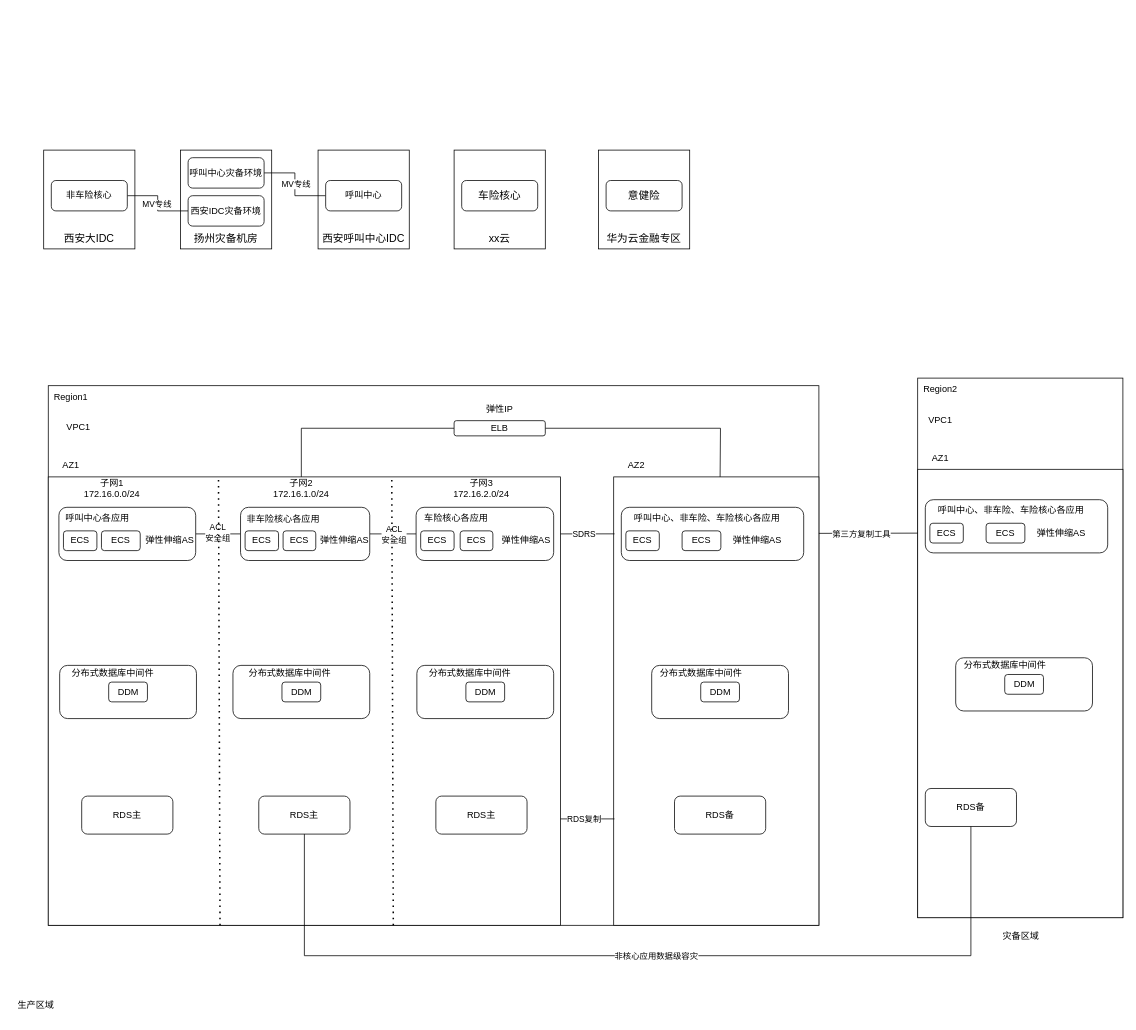
Earlier version of the draw.io diagram 华为云上云架构设计研讨.drawio (wucaitian/wucaitian). Source tidied: cells renumbered, new cells numbered last; positions are measured from the earlier drawing's top-left corner, leaving out a move shared by most shapes. Both pictures are drawn from the tidied source at 76%, with x=0, y=0 at pixel (13, 150).
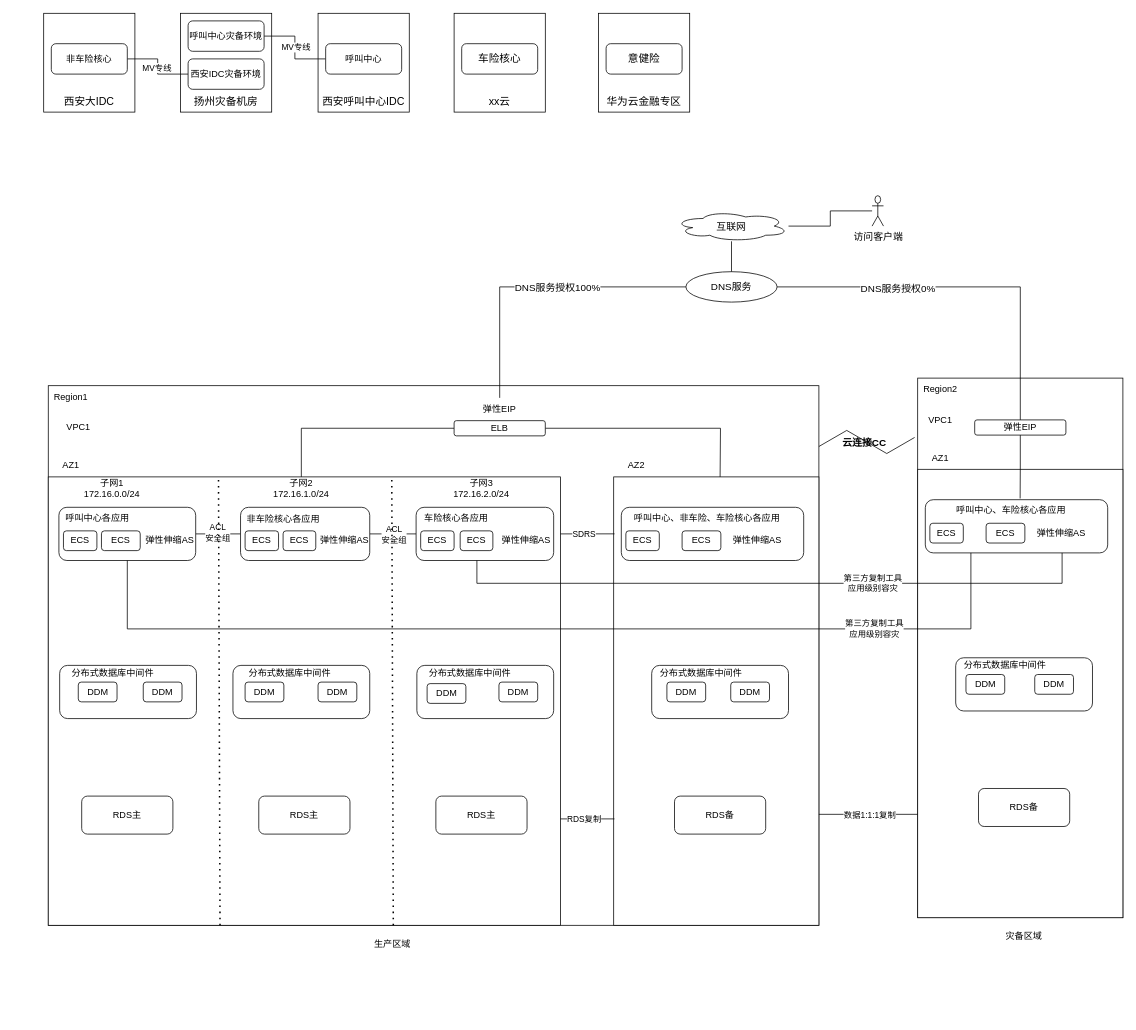
Above is the later version.

Commit message (it also covers changes not shown here):
更新华为云上云架构设计研讨.drawio

The change refers to these unchanged cells:
```xml
<mxCell id="25" value="&lt;p style=&quot;margin: 0pt 0pt 0.0001pt; text-align: justify; font-family: Calibri; font-size: 10.5pt;&quot; class=&quot;MsoNormal&quot;&gt;&lt;br&gt;&lt;/p&gt;" style="rounded=0;whiteSpace=wrap;html=1;" parent="1" vertex="1">
  <mxGeometry x="1190" y="300" width="270" height="710" as="geometry" />
</mxCell>
<mxCell id="34" style="rounded=1;whiteSpace=wrap;html=1;" parent="1" vertex="1">
  <mxGeometry x="60" y="470" width="180" height="70" as="geometry" />
</mxCell>
<mxCell id="72" value="RDS主" style="rounded=1;whiteSpace=wrap;html=1;" parent="1" vertex="1">
  <mxGeometry x="323" y="850" width="120" height="50" as="geometry" />
</mxCell>
<mxCell id="84" style="rounded=1;whiteSpace=wrap;html=1;" parent="1" vertex="1">
  <mxGeometry x="1200" y="460" width="240" height="70" as="geometry" />
</mxCell>
```

Diff of the diagram source:
```diff
@@
     <mxCell id="2" value="&lt;p style=&quot;margin: 0pt 0pt 0.0001pt; text-align: justify; font-family: Calibri; font-size: 10.5pt;&quot; class=&quot;MsoNormal&quot;&gt;&lt;br&gt;&lt;/p&gt;&lt;p style=&quot;margin: 0pt 0pt 0.0001pt; text-align: justify; font-family: Calibri; font-size: 10.5pt;&quot; class=&quot;MsoNormal&quot;&gt;&lt;br&gt;&lt;/p&gt;&lt;p style=&quot;margin: 0pt 0pt 0.0001pt; text-align: justify; font-family: Calibri; font-size: 10.5pt;&quot; class=&quot;MsoNormal&quot;&gt;&lt;br&gt;&lt;/p&gt;&lt;p style=&quot;margin: 0pt 0pt 0.0001pt; text-align: justify; font-family: Calibri; font-size: 10.5pt;&quot; class=&quot;MsoNormal&quot;&gt;&lt;br&gt;&lt;/p&gt;&lt;p style=&quot;margin: 0pt 0pt 0.0001pt; text-align: justify; font-family: Calibri; font-size: 10.5pt;&quot; class=&quot;MsoNormal&quot;&gt;&lt;br&gt;&lt;/p&gt;&lt;p style=&quot;margin: 0pt 0pt 0.0001pt; text-align: justify; font-family: Calibri; font-size: 10.5pt;&quot; class=&quot;MsoNormal&quot;&gt;&lt;br&gt;&lt;/p&gt;&lt;p style=&quot;margin: 0pt 0pt 0.0001pt; text-align: justify; font-family: Calibri; font-size: 10.5pt;&quot; class=&quot;MsoNormal&quot;&gt;&lt;font face=&quot;仿宋_GB2312&quot;&gt;西安大&lt;/font&gt;&lt;font face=&quot;仿宋_GB2312&quot;&gt;IDC&lt;/font&gt;&lt;/p&gt;" style="rounded=0;whiteSpace=wrap;html=1;" parent="1" vertex="1">
-      <mxGeometry x="40" width="120" height="130" as="geometry" />
+      <mxGeometry x="40" y="-180" width="120" height="130" as="geometry" />
     </mxCell>
     <mxCell id="3" value="&lt;p style=&quot;margin: 0pt 0pt 0.0001pt; text-align: justify; font-family: Calibri; font-size: 10.5pt;&quot; class=&quot;MsoNormal&quot;&gt;&lt;br&gt;&lt;/p&gt;&lt;p style=&quot;margin: 0pt 0pt 0.0001pt; text-align: justify; font-family: Calibri; font-size: 10.5pt;&quot; class=&quot;MsoNormal&quot;&gt;&lt;br&gt;&lt;/p&gt;&lt;p style=&quot;margin: 0pt 0pt 0.0001pt; text-align: justify; font-family: Calibri; font-size: 10.5pt;&quot; class=&quot;MsoNormal&quot;&gt;&lt;br&gt;&lt;/p&gt;&lt;p style=&quot;margin: 0pt 0pt 0.0001pt; text-align: justify; font-family: Calibri; font-size: 10.5pt;&quot; class=&quot;MsoNormal&quot;&gt;&lt;br&gt;&lt;/p&gt;&lt;p style=&quot;margin: 0pt 0pt 0.0001pt; text-align: justify; font-family: Calibri; font-size: 10.5pt;&quot; class=&quot;MsoNormal&quot;&gt;&lt;br&gt;&lt;/p&gt;&lt;p style=&quot;margin: 0pt 0pt 0.0001pt; text-align: justify; font-family: Calibri; font-size: 10.5pt;&quot; class=&quot;MsoNormal&quot;&gt;&lt;br&gt;&lt;/p&gt;&lt;p style=&quot;margin: 0pt 0pt 0.0001pt; text-align: justify; font-family: Calibri; font-size: 10.5pt;&quot; class=&quot;MsoNormal&quot;&gt;&lt;font face=&quot;仿宋_GB2312&quot;&gt;扬州灾备机房&lt;/font&gt;&lt;/p&gt;" style="rounded=0;whiteSpace=wrap;html=1;" parent="1" vertex="1">
-      <mxGeometry x="220" width="120" height="130" as="geometry" />
+      <mxGeometry x="220" y="-180" width="120" height="130" as="geometry" />
     </mxCell>
     <mxCell id="4" value="&lt;p style=&quot;margin: 0pt 0pt 0.0001pt; text-align: justify; font-family: Calibri; font-size: 10.5pt;&quot; class=&quot;MsoNormal&quot;&gt;&lt;br&gt;&lt;/p&gt;&lt;p style=&quot;margin: 0pt 0pt 0.0001pt; text-align: justify; font-family: Calibri; font-size: 10.5pt;&quot; class=&quot;MsoNormal&quot;&gt;&lt;font face=&quot;仿宋_GB2312&quot;&gt;&lt;br&gt;&lt;/font&gt;&lt;/p&gt;&lt;p style=&quot;margin: 0pt 0pt 0.0001pt; text-align: justify; font-family: Calibri; font-size: 10.5pt;&quot; class=&quot;MsoNormal&quot;&gt;&lt;font face=&quot;仿宋_GB2312&quot;&gt;&lt;br&gt;&lt;/font&gt;&lt;/p&gt;&lt;p style=&quot;margin: 0pt 0pt 0.0001pt; text-align: justify; font-family: Calibri; font-size: 10.5pt;&quot; class=&quot;MsoNormal&quot;&gt;&lt;font face=&quot;仿宋_GB2312&quot;&gt;&lt;br&gt;&lt;/font&gt;&lt;/p&gt;&lt;p style=&quot;margin: 0pt 0pt 0.0001pt; text-align: justify; font-family: Calibri; font-size: 10.5pt;&quot; class=&quot;MsoNormal&quot;&gt;&lt;font face=&quot;仿宋_GB2312&quot;&gt;&lt;br&gt;&lt;/font&gt;&lt;/p&gt;&lt;p style=&quot;margin: 0pt 0pt 0.0001pt; text-align: justify; font-family: Calibri; font-size: 10.5pt;&quot; class=&quot;MsoNormal&quot;&gt;&lt;font face=&quot;仿宋_GB2312&quot;&gt;&lt;br&gt;&lt;/font&gt;&lt;/p&gt;&lt;p style=&quot;margin: 0pt 0pt 0.0001pt; text-align: justify; font-family: Calibri; font-size: 10.5pt;&quot; class=&quot;MsoNormal&quot;&gt;&lt;font style=&quot;font-size: 10.5pt;&quot; face=&quot;仿宋_GB2312&quot;&gt;西安呼叫中心&lt;/font&gt;&lt;font style=&quot;font-size: 10.5pt;&quot; face=&quot;仿宋_GB2312&quot;&gt;IDC&lt;/font&gt;&lt;br&gt;&lt;/p&gt;" style="rounded=0;whiteSpace=wrap;html=1;" parent="1" vertex="1">
-      <mxGeometry x="401" width="120" height="130" as="geometry" />
+      <mxGeometry x="401" y="-180" width="120" height="130" as="geometry" />
     </mxCell>
     <mxCell id="5" value="&lt;p style=&quot;margin: 0pt 0pt 0.0001pt; text-align: justify; font-family: Calibri; font-size: 10.5pt;&quot; class=&quot;MsoNormal&quot;&gt;&lt;span style=&quot;font-family: 仿宋_GB2312; font-size: 10.5pt;&quot;&gt;&lt;br&gt;&lt;/span&gt;&lt;/p&gt;&lt;p style=&quot;margin: 0pt 0pt 0.0001pt; text-align: justify; font-family: Calibri; font-size: 10.5pt;&quot; class=&quot;MsoNormal&quot;&gt;&lt;span style=&quot;font-family: 仿宋_GB2312; font-size: 10.5pt;&quot;&gt;&lt;br&gt;&lt;/span&gt;&lt;/p&gt;&lt;p style=&quot;margin: 0pt 0pt 0.0001pt; text-align: justify; font-family: Calibri; font-size: 10.5pt;&quot; class=&quot;MsoNormal&quot;&gt;&lt;span style=&quot;font-family: 仿宋_GB2312; font-size: 10.5pt;&quot;&gt;&lt;br&gt;&lt;/span&gt;&lt;/p&gt;&lt;p style=&quot;margin: 0pt 0pt 0.0001pt; text-align: justify; font-family: Calibri; font-size: 10.5pt;&quot; class=&quot;MsoNormal&quot;&gt;&lt;span style=&quot;font-family: 仿宋_GB2312; font-size: 10.5pt;&quot;&gt;&lt;br&gt;&lt;/span&gt;&lt;/p&gt;&lt;p style=&quot;margin: 0pt 0pt 0.0001pt; text-align: justify; font-family: Calibri; font-size: 10.5pt;&quot; class=&quot;MsoNormal&quot;&gt;&lt;span style=&quot;font-family: 仿宋_GB2312; font-size: 10.5pt;&quot;&gt;&lt;br&gt;&lt;/span&gt;&lt;/p&gt;&lt;p style=&quot;margin: 0pt 0pt 0.0001pt; text-align: justify; font-family: Calibri; font-size: 10.5pt;&quot; class=&quot;MsoNormal&quot;&gt;&lt;span style=&quot;font-family: 仿宋_GB2312; font-size: 10.5pt;&quot;&gt;&lt;br&gt;&lt;/span&gt;&lt;/p&gt;&lt;p style=&quot;margin: 0pt 0pt 0.0001pt; text-align: justify; font-family: Calibri; font-size: 10.5pt;&quot; class=&quot;MsoNormal&quot;&gt;&lt;span style=&quot;font-family: 仿宋_GB2312; font-size: 10.5pt;&quot;&gt;xx云&lt;/span&gt;&lt;br&gt;&lt;/p&gt;" style="rounded=0;whiteSpace=wrap;html=1;" parent="1" vertex="1">
-      <mxGeometry x="580" width="120" height="130" as="geometry" />
+      <mxGeometry x="580" y="-180" width="120" height="130" as="geometry" />
     </mxCell>
     <mxCell id="6" value="&lt;p style=&quot;margin: 0pt 0pt 0.0001pt; text-align: justify; font-family: Calibri; font-size: 10.5pt;&quot; class=&quot;MsoNormal&quot;&gt;&lt;br&gt;&lt;/p&gt;&lt;p style=&quot;margin: 0pt 0pt 0.0001pt; text-align: justify; font-family: Calibri; font-size: 10.5pt;&quot; class=&quot;MsoNormal&quot;&gt;&lt;br&gt;&lt;/p&gt;&lt;p style=&quot;margin: 0pt 0pt 0.0001pt; text-align: justify; font-family: Calibri; font-size: 10.5pt;&quot; class=&quot;MsoNormal&quot;&gt;&lt;br&gt;&lt;/p&gt;&lt;p style=&quot;margin: 0pt 0pt 0.0001pt; text-align: justify; font-family: Calibri; font-size: 10.5pt;&quot; class=&quot;MsoNormal&quot;&gt;&lt;br&gt;&lt;/p&gt;&lt;p style=&quot;margin: 0pt 0pt 0.0001pt; text-align: justify; font-family: Calibri; font-size: 10.5pt;&quot; class=&quot;MsoNormal&quot;&gt;&lt;br&gt;&lt;/p&gt;&lt;p style=&quot;margin: 0pt 0pt 0.0001pt; text-align: justify; font-family: Calibri; font-size: 10.5pt;&quot; class=&quot;MsoNormal&quot;&gt;&lt;br&gt;&lt;/p&gt;&lt;p style=&quot;margin: 0pt 0pt 0.0001pt; text-align: justify; font-family: Calibri; font-size: 10.5pt;&quot; class=&quot;MsoNormal&quot;&gt;&lt;font face=&quot;仿宋_GB2312&quot;&gt;华为云金融专区&lt;/font&gt;&lt;/p&gt;" style="rounded=0;whiteSpace=wrap;html=1;" parent="1" vertex="1">
-      <mxGeometry x="770" width="120" height="130" as="geometry" />
+      <mxGeometry x="770" y="-180" width="120" height="130" as="geometry" />
     </mxCell>
@@
     <mxCell id="9" value="非车险核心" style="rounded=1;whiteSpace=wrap;html=1;" parent="1" vertex="1">
-      <mxGeometry x="50" y="40" width="100" height="40" as="geometry" />
+      <mxGeometry x="50" y="-140" width="100" height="40" as="geometry" />
     </mxCell>
@@
     <mxCell id="12" value="呼叫中心" style="rounded=1;whiteSpace=wrap;html=1;" parent="1" vertex="1">
-      <mxGeometry x="411" y="40" width="100" height="40" as="geometry" />
+      <mxGeometry x="411" y="-140" width="100" height="40" as="geometry" />
     </mxCell>
     <mxCell id="13" value="呼叫中心灾备环境" style="rounded=1;whiteSpace=wrap;html=1;" parent="1" vertex="1">
-      <mxGeometry x="230" y="10" width="100" height="40" as="geometry" />
+      <mxGeometry x="230" y="-170" width="100" height="40" as="geometry" />
     </mxCell>
     <mxCell id="14" value="西安IDC灾备环境" style="rounded=1;whiteSpace=wrap;html=1;" parent="1" vertex="1">
-      <mxGeometry x="230" y="60" width="100" height="40" as="geometry" />
+      <mxGeometry x="230" y="-120" width="100" height="40" as="geometry" />
     </mxCell>
     <mxCell id="15" value="&lt;p style=&quot;border-color: var(--border-color); margin: 0pt 0pt 0.0001pt; text-align: justify; font-family: Calibri; font-size: 10.5pt;&quot; class=&quot;MsoNormal&quot;&gt;&lt;font style=&quot;border-color: var(--border-color);&quot; face=&quot;仿宋_GB2312&quot;&gt;车险核心&lt;/font&gt;&lt;/p&gt;" style="rounded=1;whiteSpace=wrap;html=1;" parent="1" vertex="1">
-      <mxGeometry x="590" y="40" width="100" height="40" as="geometry" />
+      <mxGeometry x="590" y="-140" width="100" height="40" as="geometry" />
     </mxCell>
     <mxCell id="16" value="&lt;p style=&quot;border-color: var(--border-color); margin: 0pt 0pt 0.0001pt; text-align: justify; font-family: Calibri; font-size: 10.5pt;&quot; class=&quot;MsoNormal&quot;&gt;意健险&lt;br&gt;&lt;/p&gt;" style="rounded=1;whiteSpace=wrap;html=1;" parent="1" vertex="1">
-      <mxGeometry x="780" y="40" width="100" height="40" as="geometry" />
+      <mxGeometry x="780" y="-140" width="100" height="40" as="geometry" />
     </mxCell>
@@
     <mxCell id="24" value="生产区域" style="text;html=1;strokeColor=none;fillColor=none;align=center;verticalAlign=middle;whiteSpace=wrap;rounded=0;" parent="1" vertex="1">
-      <mxGeometry y="1110" width="60" height="30" as="geometry" />
+      <mxGeometry x="469" y="1030" width="60" height="30" as="geometry" />
     </mxCell>
@@
     <mxCell id="28" value="灾备区域" style="text;html=1;strokeColor=none;fillColor=none;align=center;verticalAlign=middle;whiteSpace=wrap;rounded=0;" parent="1" vertex="1">
-      <mxGeometry x="1295.5" y="1020" width="60" height="30" as="geometry" />
+      <mxGeometry x="1300" y="1020" width="60" height="30" as="geometry" />
     </mxCell>
@@
     <mxCell id="52" value="DDM" style="rounded=1;whiteSpace=wrap;html=1;" parent="1" vertex="1">
-      <mxGeometry x="125.5" y="700" width="51" height="26" as="geometry" />
+      <mxGeometry x="85.5" y="700" width="51" height="26" as="geometry" />
     </mxCell>
@@
     <mxCell id="54" value="DDM" style="rounded=1;whiteSpace=wrap;html=1;" parent="1" vertex="1">
-      <mxGeometry x="353.5" y="700" width="51" height="26" as="geometry" />
+      <mxGeometry x="401" y="700" width="51" height="26" as="geometry" />
     </mxCell>
@@
     <mxCell id="56" value="DDM" style="rounded=1;whiteSpace=wrap;html=1;" parent="1" vertex="1">
-      <mxGeometry x="595.5" y="700" width="51" height="26" as="geometry" />
+      <mxGeometry x="639" y="700" width="51" height="26" as="geometry" />
     </mxCell>
@@
     <mxCell id="69" value="DDM" style="rounded=1;whiteSpace=wrap;html=1;" parent="1" vertex="1">
-      <mxGeometry x="904.5" y="700" width="51" height="26" as="geometry" />
+      <mxGeometry x="944" y="700" width="51" height="26" as="geometry" />
     </mxCell>
@@
-    <mxCell id="81" value="弹性IP" style="text;html=1;strokeColor=none;fillColor=none;align=center;verticalAlign=middle;whiteSpace=wrap;rounded=0;" parent="1" vertex="1">
+    <mxCell id="81" value="弹性EIP" style="text;html=1;strokeColor=none;fillColor=none;align=center;verticalAlign=middle;whiteSpace=wrap;rounded=0;" parent="1" vertex="1">
       <mxGeometry x="610" y="326" width="60" height="30" as="geometry" />
     </mxCell>
@@
-    <mxCell id="88" value="呼叫中心、非车险、车险核心各应用" style="text;html=1;strokeColor=none;fillColor=none;align=center;verticalAlign=middle;whiteSpace=wrap;rounded=0;" parent="1" vertex="1">
+    <mxCell id="88" value="呼叫中心、车险核心各应用" style="text;html=1;strokeColor=none;fillColor=none;align=center;verticalAlign=middle;whiteSpace=wrap;rounded=0;" parent="1" vertex="1">
       <mxGeometry x="1206" y="459" width="214" height="30" as="geometry" />
     </mxCell>
     <mxCell id="89" value="RDS备" style="rounded=1;whiteSpace=wrap;html=1;" parent="1" vertex="1">
-      <mxGeometry x="1200" y="840" width="120" height="50" as="geometry" />
+      <mxGeometry x="1270" y="840" width="120" height="50" as="geometry" />
     </mxCell>
@@
     <mxCell id="91" value="DDM" style="rounded=1;whiteSpace=wrap;html=1;" parent="1" vertex="1">
-      <mxGeometry x="1304.5" y="690" width="51" height="26" as="geometry" />
+      <mxGeometry x="1344" y="690" width="51" height="26" as="geometry" />
     </mxCell>
@@
-    <mxCell id="93" style="edgeStyle=orthogonalEdgeStyle;rounded=0;jettySize=auto;html=1;entryX=0.5;entryY=1;entryDx=0;entryDy=0;endArrow=none;endFill=0;" parent="1" edge="1" source="72" target="89">
-      <mxGeometry relative="1" as="geometry">
-        <Array as="points">
-          <mxPoint x="383" y="1060" />
-          <mxPoint x="1260" y="1060" />
-        </Array>
-      </mxGeometry>
-    </mxCell>
-    <mxCell id="94" value="非核心应用数据级容灾" style="edgeLabel;html=1;align=center;verticalAlign=middle;" parent="93" vertex="1">
-      <mxGeometry x="0.03" relative="1" as="geometry" />
-    </mxCell>
-    <mxCell id="95" style="endArrow=none;html=1;rounded=0;" parent="1" edge="1">
-      <mxGeometry relative="1" as="geometry">
-        <mxPoint x="1190" y="504" as="sourcePoint" />
-        <mxPoint x="1060" y="504.3" as="targetPoint" />
-      </mxGeometry>
-    </mxCell>
-    <mxCell id="96" value="第三方复制工具" style="edgeLabel;html=1;align=center;verticalAlign=middle;" parent="95" vertex="1">
-      <mxGeometry x="0.16" relative="1" as="geometry" />
-    </mxCell>
+    <mxCell id="97" style="edgeStyle=orthogonalEdgeStyle;rounded=0;jettySize=auto;html=1;entryX=0.25;entryY=1;entryDx=0;entryDy=0;endArrow=none;endFill=0;exitX=0.5;exitY=1;exitDx=0;exitDy=0;" parent="1" edge="1" source="34" target="84">
+      <mxGeometry relative="1" as="geometry">
+        <Array as="points">
+          <mxPoint x="150" y="630" />
+          <mxPoint x="1260" y="630" />
+        </Array>
+      </mxGeometry>
+    </mxCell>
+    <mxCell id="98" style="edgeStyle=orthogonalEdgeStyle;rounded=0;jettySize=auto;html=1;entryX=0.75;entryY=1;entryDx=0;entryDy=0;endArrow=none;endFill=0;" parent="1" edge="1" target="84">
+      <mxGeometry relative="1" as="geometry">
+        <mxPoint x="610" y="540" as="sourcePoint" />
+        <Array as="points">
+          <mxPoint x="610" y="540" />
+          <mxPoint x="610" y="570" />
+          <mxPoint x="1380" y="570" />
+        </Array>
+      </mxGeometry>
+    </mxCell>
+    <mxCell id="99" value="第三方复制工具&lt;br&gt;应用级别容灾" style="edgeLabel;html=1;align=center;verticalAlign=middle;" parent="98" vertex="1">
+      <mxGeometry x="-0.27" y="1" relative="1" as="geometry">
+        <mxPoint x="243" as="offset" />
+      </mxGeometry>
+    </mxCell>
+    <mxCell id="100" value="第三方复制工具&lt;br&gt;应用级别容灾" style="edgeLabel;html=1;align=center;verticalAlign=middle;" parent="1" vertex="1">
+      <mxGeometry x="1150" y="610" as="geometry">
+        <mxPoint x="-18" y="19" as="offset" />
+      </mxGeometry>
+    </mxCell>
+    <mxCell id="101" style="edgeStyle=isometricEdgeStyle;endArrow=none;html=1;rounded=0;entryX=-0.015;entryY=0.11;entryDx=0;entryDy=0;entryPerimeter=0;elbow=horizontal;" parent="1" edge="1" target="25">
+      <mxGeometry relative="1" as="geometry">
+        <mxPoint x="1060" y="390" as="sourcePoint" />
+      </mxGeometry>
+    </mxCell>
+    <mxCell id="102" value="云连接CC" style="text;html=1;strokeColor=none;fillColor=none;align=center;verticalAlign=middle;whiteSpace=wrap;rounded=0;fontStyle=1;fontSize=13;" parent="1" vertex="1">
+      <mxGeometry x="1090" y="370" width="60" height="30" as="geometry" />
+    </mxCell>
+    <mxCell id="103" style="endArrow=none;html=1;rounded=0;" parent="1" edge="1">
+      <mxGeometry relative="1" as="geometry">
+        <mxPoint x="1190" y="874" as="sourcePoint" />
+        <mxPoint x="1060" y="874" as="targetPoint" />
+      </mxGeometry>
+    </mxCell>
+    <mxCell id="104" value="数据1:1:1复制" style="edgeLabel;html=1;align=center;verticalAlign=middle;" parent="103" vertex="1">
+      <mxGeometry x="0.16" relative="1" as="geometry">
+        <mxPoint x="11" as="offset" />
+      </mxGeometry>
+    </mxCell>
+    <mxCell id="105" value="DDM" style="rounded=1;whiteSpace=wrap;html=1;" parent="1" vertex="1">
+      <mxGeometry x="171" y="700" width="51" height="26" as="geometry" />
+    </mxCell>
+    <mxCell id="106" value="DDM" style="rounded=1;whiteSpace=wrap;html=1;" parent="1" vertex="1">
+      <mxGeometry x="305" y="700" width="51" height="26" as="geometry" />
+    </mxCell>
+    <mxCell id="107" value="DDM" style="rounded=1;whiteSpace=wrap;html=1;" parent="1" vertex="1">
+      <mxGeometry x="544.5" y="702" width="51" height="26" as="geometry" />
+    </mxCell>
+    <mxCell id="108" value="DDM" style="rounded=1;whiteSpace=wrap;html=1;" parent="1" vertex="1">
+      <mxGeometry x="860" y="700" width="51" height="26" as="geometry" />
+    </mxCell>
+    <mxCell id="109" value="DDM" style="rounded=1;whiteSpace=wrap;html=1;" parent="1" vertex="1">
+      <mxGeometry x="1253.5" y="690" width="51" height="26" as="geometry" />
+    </mxCell>
+    <mxCell id="110" style="edgeStyle=orthogonalEdgeStyle;rounded=0;jettySize=auto;html=1;entryX=0.5;entryY=0;entryDx=0;entryDy=0;fontSize=13;endArrow=none;endFill=0;" parent="1" edge="1" source="112" target="117">
+      <mxGeometry relative="1" as="geometry" />
+    </mxCell>
+    <mxCell id="111" style="edgeStyle=orthogonalEdgeStyle;rounded=0;jettySize=auto;html=1;fontSize=13;endArrow=none;endFill=0;" parent="1" edge="1" source="112" target="120">
+      <mxGeometry relative="1" as="geometry" />
+    </mxCell>
+    <mxCell id="112" value="互联网" style="ellipse;shape=cloud;whiteSpace=wrap;html=1;fontSize=13;fillColor=none;" parent="1" vertex="1">
+      <mxGeometry x="870" y="80" width="150" height="40" as="geometry" />
+    </mxCell>
+    <mxCell id="113" style="edgeStyle=orthogonalEdgeStyle;rounded=0;jettySize=auto;html=1;entryX=0.5;entryY=0;entryDx=0;entryDy=0;fontSize=13;endArrow=none;endFill=0;" parent="1" edge="1" source="117" target="81">
+      <mxGeometry relative="1" as="geometry" />
+    </mxCell>
+    <mxCell id="114" value="DNS服务授权100%" style="edgeLabel;html=1;align=center;verticalAlign=middle;fontSize=13;" parent="113" vertex="1">
+      <mxGeometry x="-0.13" relative="1" as="geometry" />
+    </mxCell>
+    <mxCell id="115" style="edgeStyle=orthogonalEdgeStyle;rounded=0;jettySize=auto;html=1;entryX=0.5;entryY=0;entryDx=0;entryDy=0;fontSize=13;endArrow=none;endFill=0;" parent="1" edge="1" source="117" target="119">
+      <mxGeometry relative="1" as="geometry" />
+    </mxCell>
+    <mxCell id="116" value="DNS服务授权0%" style="edgeLabel;html=1;align=center;verticalAlign=middle;fontSize=13;" parent="115" vertex="1">
+      <mxGeometry x="-0.36" y="-1" relative="1" as="geometry" />
+    </mxCell>
+    <mxCell id="117" value="DNS服务" style="ellipse;whiteSpace=wrap;html=1;fontSize=13;fillColor=none;" parent="1" vertex="1">
+      <mxGeometry x="885" y="160" width="120" height="40" as="geometry" />
+    </mxCell>
+    <mxCell id="118" style="edgeStyle=orthogonalEdgeStyle;rounded=0;jettySize=auto;html=1;entryX=0.555;entryY=-0.02;entryDx=0;entryDy=0;entryPerimeter=0;fontSize=13;endArrow=none;endFill=0;" parent="1" edge="1" source="119" target="88">
+      <mxGeometry relative="1" as="geometry" />
+    </mxCell>
+    <mxCell id="119" value="弹性EIP" style="rounded=1;whiteSpace=wrap;html=1;" parent="1" vertex="1">
+      <mxGeometry x="1265" y="355" width="120" height="20" as="geometry" />
+    </mxCell>
+    <mxCell id="120" value="访问客户端" style="shape=umlActor;verticalLabelPosition=bottom;verticalAlign=top;html=1;outlineConnect=0;fontSize=13;fillColor=none;" parent="1" vertex="1">
+      <mxGeometry x="1130" y="60" width="15" height="40" as="geometry" />
+    </mxCell>
```
